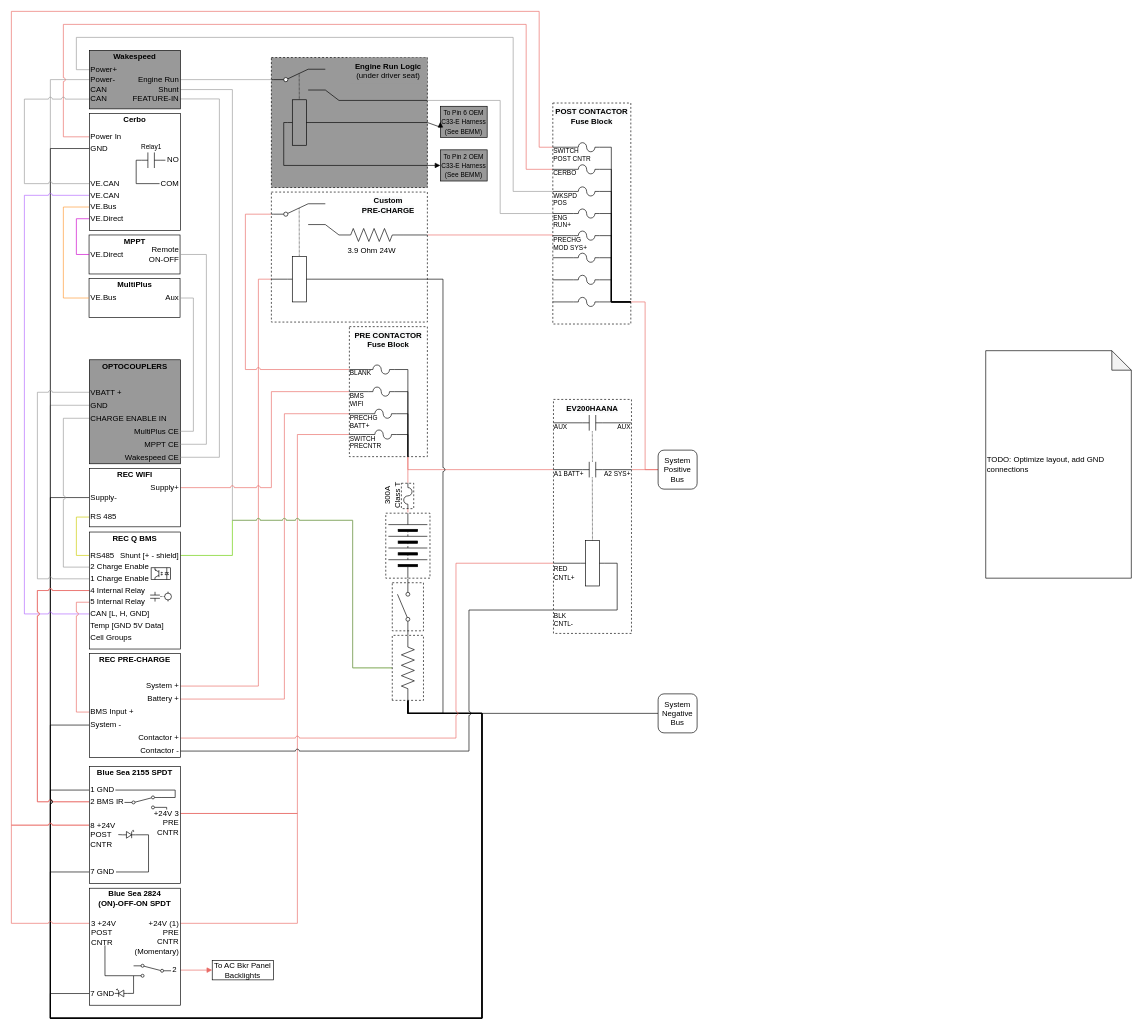
Earlier version of the draw.io diagram page "V4" (1 of 5) of van/electrical/BMS_wiring_logic_v4_draft/REC_Q_BMS_Wiring_Logic.drawio (natecostello/van_two_point_oh). Source tidied: cells renumbered, new cells numbered last; positions are measured from the earlier drawing's top-left corner, leaving out a move shared by most shapes. Both pictures are drawn from the tidied source at 65%, with x=0, y=0 at pixel (11, 11).
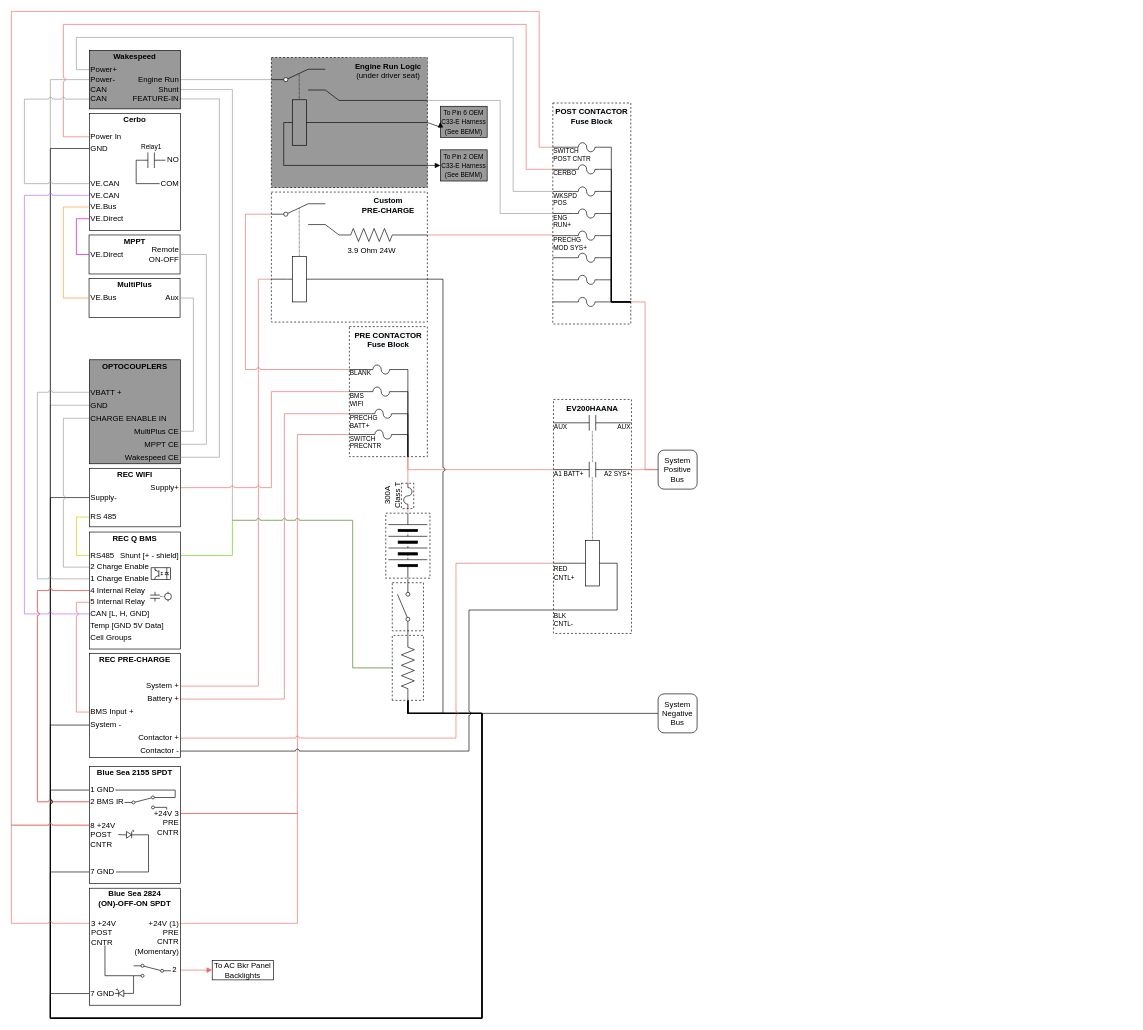
Above is the later version.

The edit, as a diff of the source:
```diff
@@
-    <mxCell id="43" value="&lt;div style=&quot;&quot;&gt;TODO: Optimize layout, add GND connections&lt;/div&gt;" style="shape=note;whiteSpace=wrap;html=1;backgroundOutline=1;darkOpacity=0.05;align=left;" parent="1" vertex="1">
-      <mxGeometry x="1499" y="522" width="224" height="350" as="geometry" />
-    </mxCell>
```
